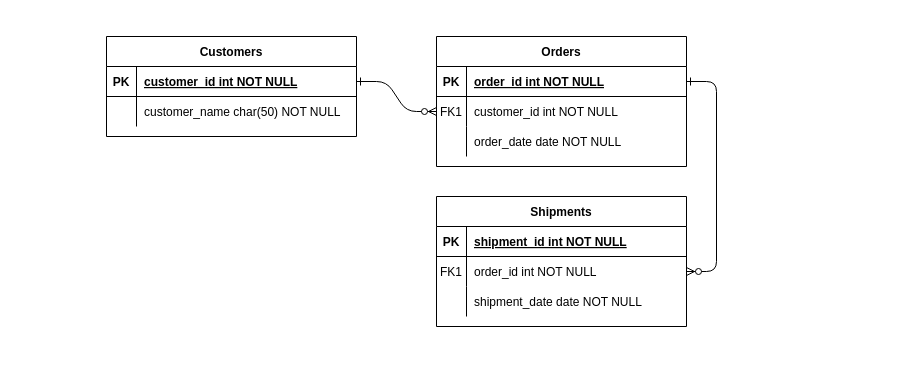
The draw.io diagram student_record/Untitled Diagram.drawio in Bhuwan-web/gradesheet, before the edit. Source tidied: cells renumbered, new cells numbered last; positions are measured from the earlier drawing's top-left corner, leaving out a move shared by most shapes. Both pictures are drawn from the tidied source at 100%, with x=0, y=0 at pixel (106, 36).
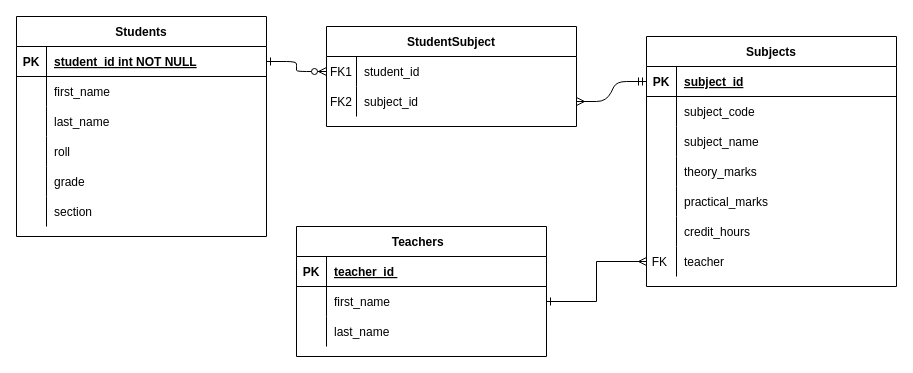
The same diagram, later.

Unchanged cells that the change refers to:
```xml
<mxCell id="15" style="shape=partialRectangle;fillColor=none;points=[[0,0.5],[1,0.5]];portConstraint=eastwest;top=0;left=0;right=0;bottom=1;" parent="14" vertex="1">
  <mxGeometry y="30" width="250" height="30" as="geometry" />
</mxCell>
<mxCell id="18" style="shape=partialRectangle;fillColor=none;points=[[0,0.5],[1,0.5]];portConstraint=eastwest;top=0;left=0;right=0;bottom=0;" parent="14" vertex="1">
  <mxGeometry y="60" width="250" height="30" as="geometry" />
</mxCell>
<mxCell id="25" style="shape=partialRectangle;fillColor=none;points=[[0,0.5],[1,0.5]];portConstraint=eastwest;top=0;left=0;right=0;bottom=1;" parent="24" vertex="1">
  <mxGeometry y="30" width="250" height="30" as="geometry" />
</mxCell>
<mxCell id="28" style="shape=partialRectangle;fillColor=none;top=0;left=0;right=0;bottom=0;" parent="24" vertex="1">
  <mxGeometry y="60" width="250" height="30" as="geometry" />
</mxCell>
```

The edit, as a diff of the source:
```diff
@@
-    <mxCell id="3" style="edgeStyle=entityRelationEdgeStyle;endArrow=ERzeroToMany;startArrow=ERone;endFill=1;startFill=0;" parent="1" edge="1" source="5" target="18">
-      <mxGeometry relative="1" as="geometry" />
+    <mxCell id="3" style="edgeStyle=entityRelationEdgeStyle;endArrow=ERmandOne;startArrow=ERmany;endFill=0;startFill=0;entryX=0;entryY=0.5;entryDx=0;entryDy=0;" parent="1" edge="1" source="11" target="15">
+      <mxGeometry relative="1" as="geometry">
+        <Array as="points">
+          <mxPoint x="637" y="113" />
+        </Array>
+      </mxGeometry>
     </mxCell>
-    <mxCell id="4" value="Orders" style="shape=table;startSize=30;childLayout=tableLayout;rowLines=0;fontStyle=1;align=center;" parent="1" vertex="1">
-      <mxGeometry x="330" width="250" height="130" as="geometry" />
+    <mxCell id="4" value="StudentSubject" style="shape=table;startSize=30;childLayout=tableLayout;rowLines=0;fontStyle=1;align=center;" parent="1" vertex="1">
+      <mxGeometry x="220" y="-10" width="250" height="100" as="geometry" />
     </mxCell>
-    <mxCell id="5" style="shape=partialRectangle;fillColor=none;points=[[0,0.5],[1,0.5]];portConstraint=eastwest;top=0;left=0;right=0;bottom=1;" parent="4" vertex="1">
-      <mxGeometry y="30" width="250" height="30" as="geometry" />
-    </mxCell>
-    <mxCell id="6" value="PK" style="shape=partialRectangle;overflow=hidden;fillColor=none;top=0;left=0;bottom=0;right=0;fontStyle=1;" parent="5" vertex="1">
-      <mxGeometry width="30" height="30" as="geometry" />
-    </mxCell>
-    <mxCell id="7" value="order_id int NOT NULL " style="shape=partialRectangle;overflow=hidden;fillColor=none;top=0;left=0;bottom=0;right=0;align=left;spacingLeft=6;fontStyle=5;" parent="5" vertex="1">
-      <mxGeometry x="30" width="220" height="30" as="geometry" />
-    </mxCell>
     <mxCell id="8" style="shape=partialRectangle;fillColor=none;points=[[0,0.5],[1,0.5]];portConstraint=eastwest;top=0;left=0;right=0;bottom=0;" parent="4" vertex="1">
-      <mxGeometry y="60" width="250" height="30" as="geometry" />
+      <mxGeometry y="30" width="250" height="30" as="geometry" />
     </mxCell>
@@
-    <mxCell id="10" value="customer_id int NOT NULL" style="shape=partialRectangle;overflow=hidden;fillColor=none;top=0;left=0;bottom=0;right=0;align=left;spacingLeft=6;" parent="8" vertex="1">
+    <mxCell id="10" value="student_id" style="shape=partialRectangle;overflow=hidden;fillColor=none;top=0;left=0;bottom=0;right=0;align=left;spacingLeft=6;" parent="8" vertex="1">
       <mxGeometry x="30" width="220" height="30" as="geometry" />
     </mxCell>
     <mxCell id="11" style="shape=partialRectangle;fillColor=none;points=[[0,0.5],[1,0.5]];portConstraint=eastwest;top=0;left=0;right=0;bottom=0;" parent="4" vertex="1">
-      <mxGeometry y="90" width="250" height="30" as="geometry" />
+      <mxGeometry y="60" width="250" height="30" as="geometry" />
     </mxCell>
-    <mxCell id="12" style="shape=partialRectangle;overflow=hidden;fillColor=none;top=0;left=0;bottom=0;right=0;" parent="11" vertex="1">
+    <mxCell id="12" value="FK2" style="shape=partialRectangle;overflow=hidden;fillColor=none;top=0;left=0;bottom=0;right=0;" parent="11" vertex="1">
       <mxGeometry width="30" height="30" as="geometry" />
     </mxCell>
-    <mxCell id="13" value="order_date date NOT NULL" style="shape=partialRectangle;overflow=hidden;fillColor=none;top=0;left=0;bottom=0;right=0;align=left;spacingLeft=6;" parent="11" vertex="1">
+    <mxCell id="13" value="subject_id" style="shape=partialRectangle;overflow=hidden;fillColor=none;top=0;left=0;bottom=0;right=0;align=left;spacingLeft=6;" parent="11" vertex="1">
       <mxGeometry x="30" width="220" height="30" as="geometry" />
     </mxCell>
-    <mxCell id="14" value="Shipments" style="shape=table;startSize=30;childLayout=tableLayout;rowLines=0;fontStyle=1;align=center;" parent="1" vertex="1">
-      <mxGeometry x="330" y="160" width="250" height="130" as="geometry" />
+    <mxCell id="14" value="Subjects" style="shape=table;startSize=30;childLayout=tableLayout;rowLines=0;fontStyle=1;align=center;" parent="1" vertex="1">
+      <mxGeometry x="540" width="250" height="250" as="geometry" />
     </mxCell>
@@
-    <mxCell id="17" value="shipment_id int NOT NULL " style="shape=partialRectangle;overflow=hidden;fillColor=none;top=0;left=0;bottom=0;right=0;align=left;spacingLeft=6;fontStyle=5;" parent="15" vertex="1">
+    <mxCell id="17" value="subject_id" style="shape=partialRectangle;overflow=hidden;fillColor=none;top=0;left=0;bottom=0;right=0;align=left;spacingLeft=6;fontStyle=5;" parent="15" vertex="1">
       <mxGeometry x="30" width="220" height="30" as="geometry" />
     </mxCell>
@@
-    <mxCell id="19" value="FK1" style="shape=partialRectangle;overflow=hidden;fillColor=none;top=0;left=0;bottom=0;right=0;" parent="18" vertex="1">
+    <mxCell id="19" style="shape=partialRectangle;overflow=hidden;fillColor=none;top=0;left=0;bottom=0;right=0;" parent="18" vertex="1">
       <mxGeometry width="30" height="30" as="geometry" />
     </mxCell>
-    <mxCell id="20" value="order_id int NOT NULL" style="shape=partialRectangle;overflow=hidden;fillColor=none;top=0;left=0;bottom=0;right=0;align=left;spacingLeft=6;" parent="18" vertex="1">
+    <mxCell id="20" value="subject_code" style="shape=partialRectangle;overflow=hidden;fillColor=none;top=0;left=0;bottom=0;right=0;align=left;spacingLeft=6;" parent="18" vertex="1">
       <mxGeometry x="30" width="220" height="30" as="geometry" />
     </mxCell>
-    <mxCell id="21" style="shape=partialRectangle;fillColor=none;top=0;left=0;right=0;bottom=0;" parent="14" vertex="1">
-      <mxGeometry y="90" width="250" height="30" as="geometry" />
-    </mxCell>
-    <mxCell id="22" style="shape=partialRectangle;overflow=hidden;fillColor=none;top=0;left=0;bottom=0;right=0;" parent="21" vertex="1">
-      <mxGeometry width="30" height="30" as="geometry" />
-    </mxCell>
-    <mxCell id="23" value="shipment_date date NOT NULL" style="shape=partialRectangle;overflow=hidden;fillColor=none;top=0;left=0;bottom=0;right=0;align=left;spacingLeft=6;" parent="21" vertex="1">
-      <mxGeometry x="30" width="220" height="30" as="geometry" />
-    </mxCell>
+    <mxCell id="31" style="shape=partialRectangle;fillColor=none;top=0;left=0;right=0;bottom=0;" parent="14" vertex="1">
+      <mxGeometry y="90" width="250" height="30" as="geometry" />
+    </mxCell>
+    <mxCell id="32" style="shape=partialRectangle;overflow=hidden;fillColor=none;top=0;left=0;bottom=0;right=0;" parent="31" vertex="1">
+      <mxGeometry width="30" height="30" as="geometry" />
+    </mxCell>
+    <mxCell id="33" value="subject_name " style="shape=partialRectangle;overflow=hidden;fillColor=none;top=0;left=0;bottom=0;right=0;align=left;spacingLeft=6;" parent="31" vertex="1">
+      <mxGeometry x="30" width="220" height="30" as="geometry" />
+    </mxCell>
+    <mxCell id="34" style="shape=partialRectangle;fillColor=none;top=0;left=0;right=0;bottom=0;" parent="14" vertex="1">
+      <mxGeometry y="120" width="250" height="30" as="geometry" />
+    </mxCell>
+    <mxCell id="35" style="shape=partialRectangle;overflow=hidden;fillColor=none;top=0;left=0;bottom=0;right=0;" parent="34" vertex="1">
+      <mxGeometry width="30" height="30" as="geometry" />
+    </mxCell>
+    <mxCell id="36" value="theory_marks" style="shape=partialRectangle;overflow=hidden;fillColor=none;top=0;left=0;bottom=0;right=0;align=left;spacingLeft=6;" parent="34" vertex="1">
+      <mxGeometry x="30" width="220" height="30" as="geometry" />
+    </mxCell>
+    <mxCell id="37" style="shape=partialRectangle;fillColor=none;top=0;left=0;right=0;bottom=0;" parent="14" vertex="1">
+      <mxGeometry y="150" width="250" height="30" as="geometry" />
+    </mxCell>
+    <mxCell id="38" style="shape=partialRectangle;overflow=hidden;fillColor=none;top=0;left=0;bottom=0;right=0;" parent="37" vertex="1">
+      <mxGeometry width="30" height="30" as="geometry" />
+    </mxCell>
+    <mxCell id="39" value="practical_marks" style="shape=partialRectangle;overflow=hidden;fillColor=none;top=0;left=0;bottom=0;right=0;align=left;spacingLeft=6;" parent="37" vertex="1">
+      <mxGeometry x="30" width="220" height="30" as="geometry" />
+    </mxCell>
+    <mxCell id="40" style="shape=partialRectangle;fillColor=none;top=0;left=0;right=0;bottom=0;" parent="14" vertex="1">
+      <mxGeometry y="180" width="250" height="30" as="geometry" />
+    </mxCell>
+    <mxCell id="41" style="shape=partialRectangle;overflow=hidden;fillColor=none;top=0;left=0;bottom=0;right=0;" parent="40" vertex="1">
+      <mxGeometry width="30" height="30" as="geometry" />
+    </mxCell>
+    <mxCell id="42" value="credit_hours" style="shape=partialRectangle;overflow=hidden;fillColor=none;top=0;left=0;bottom=0;right=0;align=left;spacingLeft=6;" parent="40" vertex="1">
+      <mxGeometry x="30" width="220" height="30" as="geometry" />
+    </mxCell>
+    <mxCell id="43" style="shape=partialRectangle;fillColor=none;points=[[0,0.5],[1,0.5]];portConstraint=eastwest;top=0;left=0;right=0;bottom=0;" parent="14" vertex="1">
+      <mxGeometry y="210" width="250" height="30" as="geometry" />
+    </mxCell>
+    <mxCell id="44" value="FK " style="shape=partialRectangle;overflow=hidden;fillColor=none;top=0;left=0;bottom=0;right=0;" parent="43" vertex="1">
+      <mxGeometry width="30" height="30" as="geometry" />
+    </mxCell>
+    <mxCell id="45" value="teacher" style="shape=partialRectangle;overflow=hidden;fillColor=none;top=0;left=0;bottom=0;right=0;align=left;spacingLeft=6;" parent="43" vertex="1">
+      <mxGeometry x="30" width="220" height="30" as="geometry" />
+    </mxCell>
-    <mxCell id="24" value="Customers" style="shape=table;startSize=30;childLayout=tableLayout;rowLines=0;fontStyle=1;align=center;" parent="1" vertex="1">
-      <mxGeometry width="250" height="100" as="geometry" />
+    <mxCell id="24" value="Students" style="shape=table;startSize=30;childLayout=tableLayout;rowLines=0;fontStyle=1;align=center;" parent="1" vertex="1">
+      <mxGeometry x="-90" y="-20" width="250" height="220" as="geometry" />
     </mxCell>
@@
-    <mxCell id="27" value="customer_id int NOT NULL " style="shape=partialRectangle;overflow=hidden;fillColor=none;top=0;left=0;bottom=0;right=0;align=left;spacingLeft=6;fontStyle=5;" parent="25" vertex="1">
+    <mxCell id="27" value="student_id int NOT NULL " style="shape=partialRectangle;overflow=hidden;fillColor=none;top=0;left=0;bottom=0;right=0;align=left;spacingLeft=6;fontStyle=5;" parent="25" vertex="1">
       <mxGeometry x="30" width="220" height="30" as="geometry" />
     </mxCell>
@@
-    <mxCell id="30" value="customer_name char(50) NOT NULL" style="shape=partialRectangle;overflow=hidden;fillColor=none;top=0;left=0;bottom=0;right=0;align=left;spacingLeft=6;" parent="28" vertex="1">
+    <mxCell id="30" value="first_name" style="shape=partialRectangle;overflow=hidden;fillColor=none;top=0;left=0;bottom=0;right=0;align=left;spacingLeft=6;" parent="28" vertex="1">
       <mxGeometry x="30" width="220" height="30" as="geometry" />
     </mxCell>
+    <mxCell id="46" style="shape=partialRectangle;fillColor=none;top=0;left=0;right=0;bottom=0;" parent="24" vertex="1">
+      <mxGeometry y="90" width="250" height="30" as="geometry" />
+    </mxCell>
+    <mxCell id="47" style="shape=partialRectangle;overflow=hidden;fillColor=none;top=0;left=0;bottom=0;right=0;" parent="46" vertex="1">
+      <mxGeometry width="30" height="30" as="geometry" />
+    </mxCell>
+    <mxCell id="48" value="last_name" style="shape=partialRectangle;overflow=hidden;fillColor=none;top=0;left=0;bottom=0;right=0;align=left;spacingLeft=6;" parent="46" vertex="1">
+      <mxGeometry x="30" width="220" height="30" as="geometry" />
+    </mxCell>
+    <mxCell id="49" style="shape=partialRectangle;fillColor=none;top=0;left=0;right=0;bottom=0;" parent="24" vertex="1">
+      <mxGeometry y="120" width="250" height="30" as="geometry" />
+    </mxCell>
+    <mxCell id="50" style="shape=partialRectangle;overflow=hidden;fillColor=none;top=0;left=0;bottom=0;right=0;" parent="49" vertex="1">
+      <mxGeometry width="30" height="30" as="geometry" />
+    </mxCell>
+    <mxCell id="51" value="roll" style="shape=partialRectangle;overflow=hidden;fillColor=none;top=0;left=0;bottom=0;right=0;align=left;spacingLeft=6;" parent="49" vertex="1">
+      <mxGeometry x="30" width="220" height="30" as="geometry" />
+    </mxCell>
+    <mxCell id="52" style="shape=partialRectangle;fillColor=none;top=0;left=0;right=0;bottom=0;" parent="24" vertex="1">
+      <mxGeometry y="150" width="250" height="30" as="geometry" />
+    </mxCell>
+    <mxCell id="53" style="shape=partialRectangle;overflow=hidden;fillColor=none;top=0;left=0;bottom=0;right=0;" parent="52" vertex="1">
+      <mxGeometry width="30" height="30" as="geometry" />
+    </mxCell>
+    <mxCell id="54" value="grade" style="shape=partialRectangle;overflow=hidden;fillColor=none;top=0;left=0;bottom=0;right=0;align=left;spacingLeft=6;" parent="52" vertex="1">
+      <mxGeometry x="30" width="220" height="30" as="geometry" />
+    </mxCell>
+    <mxCell id="55" style="shape=partialRectangle;fillColor=none;top=0;left=0;right=0;bottom=0;" parent="24" vertex="1">
+      <mxGeometry y="180" width="250" height="30" as="geometry" />
+    </mxCell>
+    <mxCell id="56" style="shape=partialRectangle;overflow=hidden;fillColor=none;top=0;left=0;bottom=0;right=0;" parent="55" vertex="1">
+      <mxGeometry width="30" height="30" as="geometry" />
+    </mxCell>
+    <mxCell id="57" value="section" style="shape=partialRectangle;overflow=hidden;fillColor=none;top=0;left=0;bottom=0;right=0;align=left;spacingLeft=6;" parent="55" vertex="1">
+      <mxGeometry x="30" width="220" height="30" as="geometry" />
+    </mxCell>
+    <mxCell id="58" value="Teachers  " style="shape=table;startSize=30;childLayout=tableLayout;rowLines=0;fontStyle=1;align=center;" parent="1" vertex="1">
+      <mxGeometry x="190" y="190" width="250" height="130" as="geometry" />
+    </mxCell>
+    <mxCell id="5" style="shape=partialRectangle;fillColor=none;points=[[0,0.5],[1,0.5]];portConstraint=eastwest;top=0;left=0;right=0;bottom=1;" parent="58" vertex="1">
+      <mxGeometry y="30" width="250" height="30" as="geometry" />
+    </mxCell>
+    <mxCell id="6" value="PK" style="shape=partialRectangle;overflow=hidden;fillColor=none;top=0;left=0;bottom=0;right=0;fontStyle=1;" parent="5" vertex="1">
+      <mxGeometry width="30" height="30" as="geometry" />
+    </mxCell>
+    <mxCell id="59" value="teacher_id " style="shape=partialRectangle;overflow=hidden;fillColor=none;top=0;left=0;bottom=0;right=0;align=left;spacingLeft=6;fontStyle=5;" parent="5" vertex="1">
+      <mxGeometry x="30" width="220" height="30" as="geometry" />
+    </mxCell>
+    <mxCell id="60" style="shape=partialRectangle;fillColor=none;points=[[0,0.5],[1,0.5]];portConstraint=eastwest;top=0;left=0;right=0;bottom=0;" parent="58" vertex="1">
+      <mxGeometry y="60" width="250" height="30" as="geometry" />
+    </mxCell>
+    <mxCell id="61" style="shape=partialRectangle;overflow=hidden;fillColor=none;top=0;left=0;bottom=0;right=0;" parent="60" vertex="1">
+      <mxGeometry width="30" height="30" as="geometry" />
+    </mxCell>
+    <mxCell id="62" value="first_name" style="shape=partialRectangle;overflow=hidden;fillColor=none;top=0;left=0;bottom=0;right=0;align=left;spacingLeft=6;" parent="60" vertex="1">
+      <mxGeometry x="30" width="220" height="30" as="geometry" />
+    </mxCell>
+    <mxCell id="63" style="shape=partialRectangle;fillColor=none;top=0;left=0;right=0;bottom=0;" parent="58" vertex="1">
+      <mxGeometry y="90" width="250" height="30" as="geometry" />
+    </mxCell>
+    <mxCell id="64" style="shape=partialRectangle;overflow=hidden;fillColor=none;top=0;left=0;bottom=0;right=0;" parent="63" vertex="1">
+      <mxGeometry width="30" height="30" as="geometry" />
+    </mxCell>
+    <mxCell id="65" value="last_name" style="shape=partialRectangle;overflow=hidden;fillColor=none;top=0;left=0;bottom=0;right=0;align=left;spacingLeft=6;" parent="63" vertex="1">
+      <mxGeometry x="30" width="220" height="30" as="geometry" />
+    </mxCell>
+    <mxCell id="66" style="edgeStyle=orthogonalEdgeStyle;rounded=0;jettySize=auto;html=1;startArrow=ERmany;startFill=0;endArrow=ERone;endFill=0;" parent="1" edge="1" source="43" target="60">
+      <mxGeometry relative="1" as="geometry" />
+    </mxCell>
```
